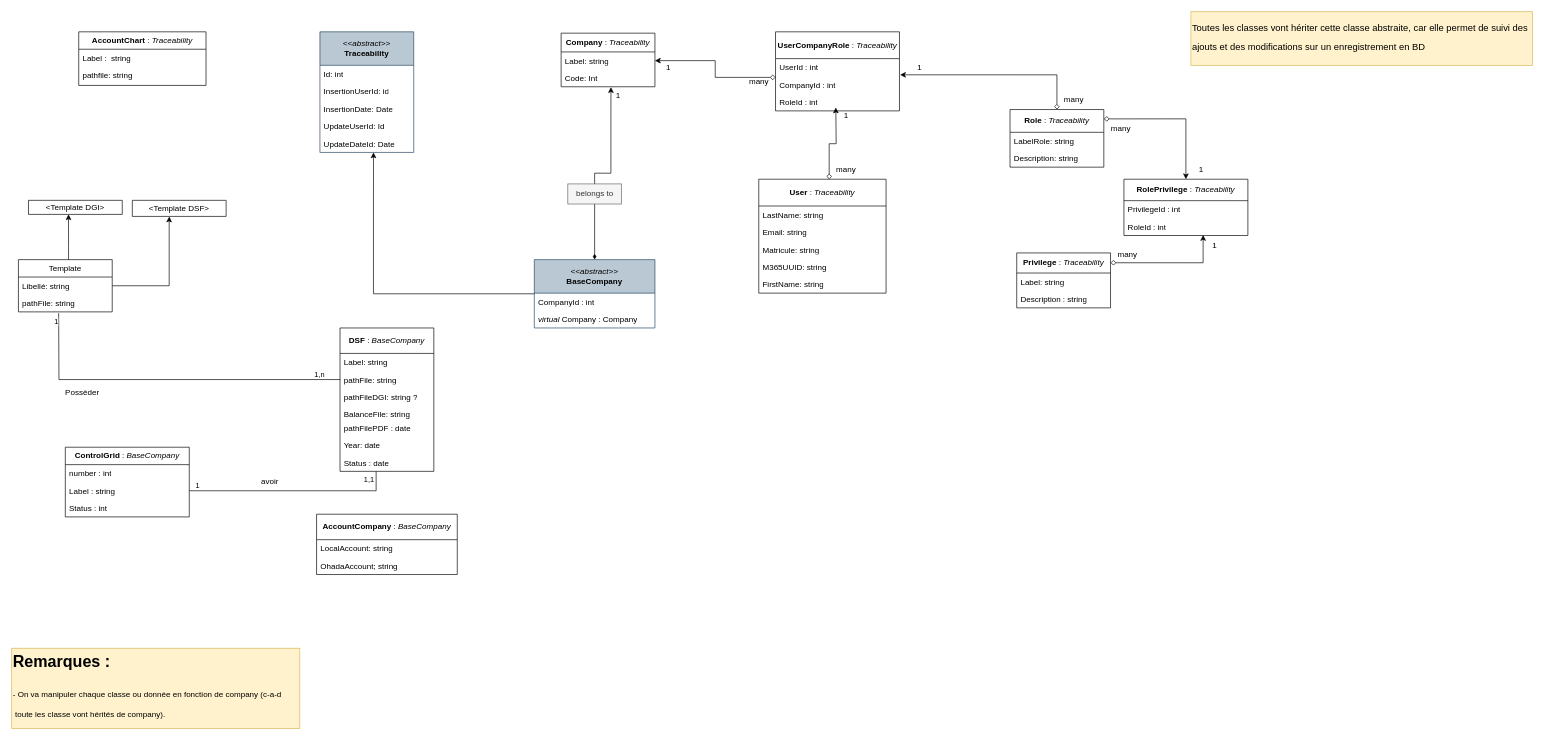
The draw.io diagram page "Diagramme_classe" (1 of 5) of Conception_DSF.drawio in Michelle-Ngami/Conception_DSF, before the edit. Source tidied: cells renumbered, new cells numbered last; positions are measured from the earlier drawing's top-left corner, leaving out a move shared by most shapes. Both pictures are drawn from the tidied source at 67%, with x=0, y=0 at pixel (11, 11).
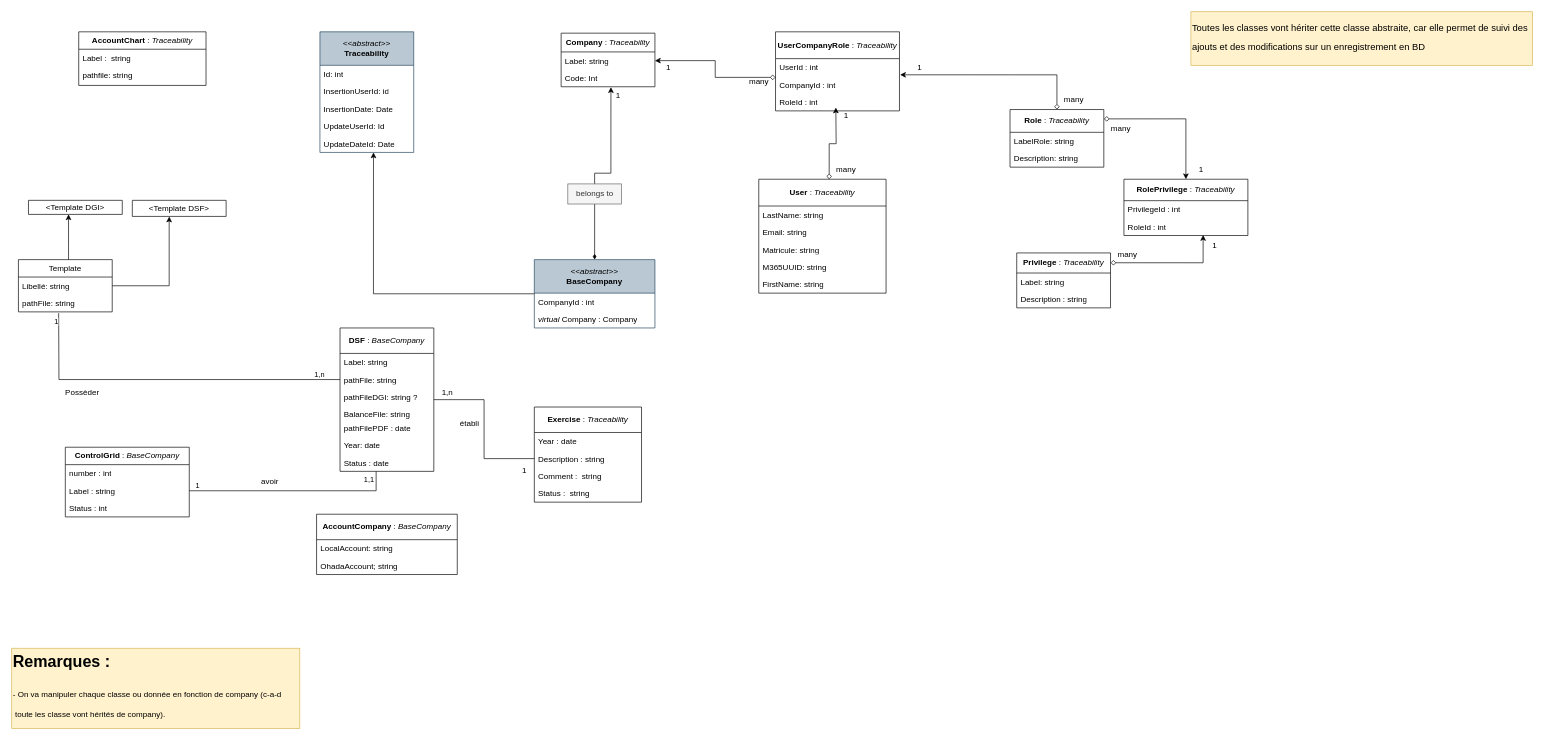
The same diagram, later.

The change refers to these unchanged cells:
```xml
<mxCell id="17" value="&lt;b&gt;DSF &lt;/b&gt;: &lt;i&gt;BaseCompany&lt;/i&gt;" style="swimlane;fontStyle=0;horizontal=1;startSize=38;fillColor=none;whiteSpace=wrap;html=1;" parent="1" vertex="1">
  <mxGeometry x="490" y="472" width="140" height="214" as="geometry" />
</mxCell>
```

The edit, as a diff of the source:
```diff
@@
+    <mxCell id="87" style="edgeStyle=orthogonalEdgeStyle;rounded=0;jettySize=auto;html=1;entryX=0;entryY=0.5;entryDx=0;entryDy=0;endArrow=none;startFill=0;" parent="1" edge="1" source="17" target="90">
+      <mxGeometry relative="1" as="geometry" />
+    </mxCell>
@@
+    <mxCell id="88" value="&lt;b&gt;Exercise&amp;nbsp;&lt;/b&gt;: &lt;i&gt;Traceability&lt;/i&gt;" style="swimlane;fontStyle=0;horizontal=1;startSize=38;fillColor=none;whiteSpace=wrap;html=1;" parent="1" vertex="1">
+      <mxGeometry x="780" y="590" width="160" height="142" as="geometry" />
+    </mxCell>
+    <mxCell id="89" value="Year : date" style="text;strokeColor=none;fillColor=none;align=left;verticalAlign=top;spacingLeft=4;spacingRight=4;overflow=hidden;whiteSpace=wrap;html=1;" parent="88" vertex="1">
+      <mxGeometry y="38" width="160" height="26" as="geometry" />
+    </mxCell>
+    <mxCell id="90" value="Description : string" style="text;strokeColor=none;fillColor=none;align=left;verticalAlign=top;spacingLeft=4;spacingRight=4;overflow=hidden;points=[[0,0.5],[1,0.5]];portConstraint=eastwest;whiteSpace=wrap;html=1;" parent="88" vertex="1">
+      <mxGeometry y="64" width="160" height="26" as="geometry" />
+    </mxCell>
+    <mxCell id="91" value="Comment :&amp;nbsp; string" style="text;strokeColor=none;fillColor=none;align=left;verticalAlign=top;spacingLeft=4;spacingRight=4;overflow=hidden;whiteSpace=wrap;html=1;" parent="88" vertex="1">
+      <mxGeometry y="90" width="160" height="26" as="geometry" />
+    </mxCell>
+    <mxCell id="92" value="Status :&amp;nbsp; string" style="text;strokeColor=none;fillColor=none;align=left;verticalAlign=top;spacingLeft=4;spacingRight=4;overflow=hidden;whiteSpace=wrap;html=1;" parent="88" vertex="1">
+      <mxGeometry y="116" width="160" height="26" as="geometry" />
+    </mxCell>
+    <mxCell id="93" value="1" style="text;html=1;align=center;verticalAlign=middle;strokeColor=none;fillColor=none;" parent="1" vertex="1">
+      <mxGeometry x="750" y="670" width="30" height="30" as="geometry" />
+    </mxCell>
+    <mxCell id="94" value="1,n" style="text;html=1;align=center;verticalAlign=middle;strokeColor=none;fillColor=none;" parent="1" vertex="1">
+      <mxGeometry x="630" y="553" width="40" height="30" as="geometry" />
+    </mxCell>
+    <mxCell id="95" value="établi" style="text;html=1;align=center;verticalAlign=middle;strokeColor=none;fillColor=none;" parent="1" vertex="1">
+      <mxGeometry x="658" y="600" width="50" height="30" as="geometry" />
+    </mxCell>
```
